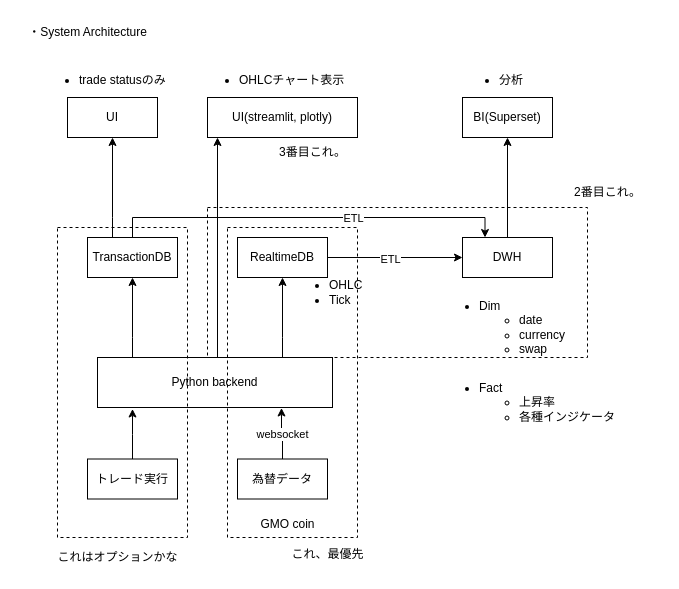
Before: page "system architecture" (1 of 2) of docs/design.drawio in tker-78/trading-etl, a draw.io diagram. Source tidied: cells renumbered, new cells numbered last; positions are measured from the earlier drawing's top-left corner, leaving out a move shared by most shapes. Both pictures are drawn from the tidied source at 100%, with x=0, y=0 at pixel (17, 17).
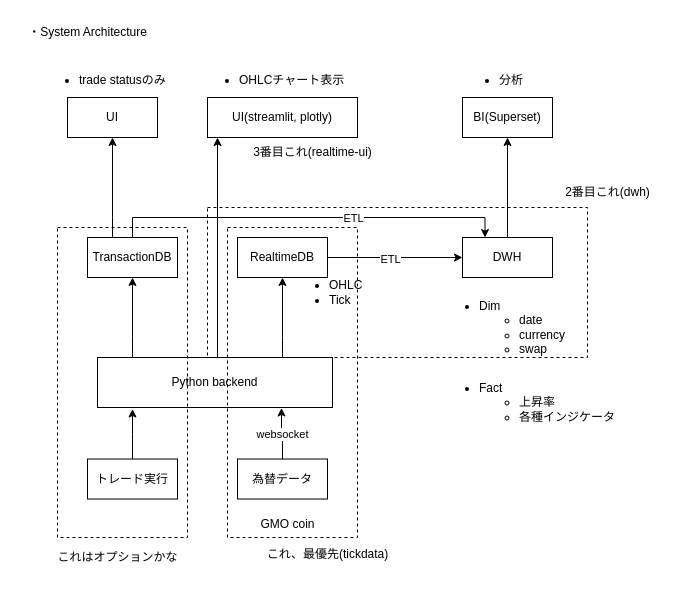
Above is the later version.

What changed in the source:
```diff
@@
-    <mxCell id="32" value="これ、最優先" style="text;html=1;align=center;verticalAlign=middle;strokeColor=none;fillColor=none;" parent="1" vertex="1">
-      <mxGeometry x="260" y="521.5" width="100" height="30" as="geometry" />
+    <mxCell id="32" value="これ、最優先(tickdata)" style="text;html=1;align=center;verticalAlign=middle;strokeColor=none;fillColor=none;" parent="1" vertex="1">
+      <mxGeometry x="240" y="521.5" width="140" height="30" as="geometry" />
     </mxCell>
@@
-    <mxCell id="34" value="2番目これ。" style="text;html=1;align=center;verticalAlign=middle;strokeColor=none;fillColor=none;" parent="1" vertex="1">
-      <mxGeometry x="545" y="160" width="90" height="30" as="geometry" />
+    <mxCell id="34" value="2番目これ(dwh)" style="text;html=1;align=center;verticalAlign=middle;strokeColor=none;fillColor=none;" parent="1" vertex="1">
+      <mxGeometry x="535" y="160" width="110" height="30" as="geometry" />
     </mxCell>
@@
-    <mxCell id="37" value="3番目これ。" style="text;html=1;align=center;verticalAlign=middle;strokeColor=none;fillColor=none;" parent="1" vertex="1">
-      <mxGeometry x="250" y="120" width="90" height="30" as="geometry" />
+    <mxCell id="37" value="3番目これ(realtime-ui)" style="text;html=1;align=center;verticalAlign=middle;strokeColor=none;fillColor=none;" parent="1" vertex="1">
+      <mxGeometry x="225" y="120" width="140" height="30" as="geometry" />
     </mxCell>
```
